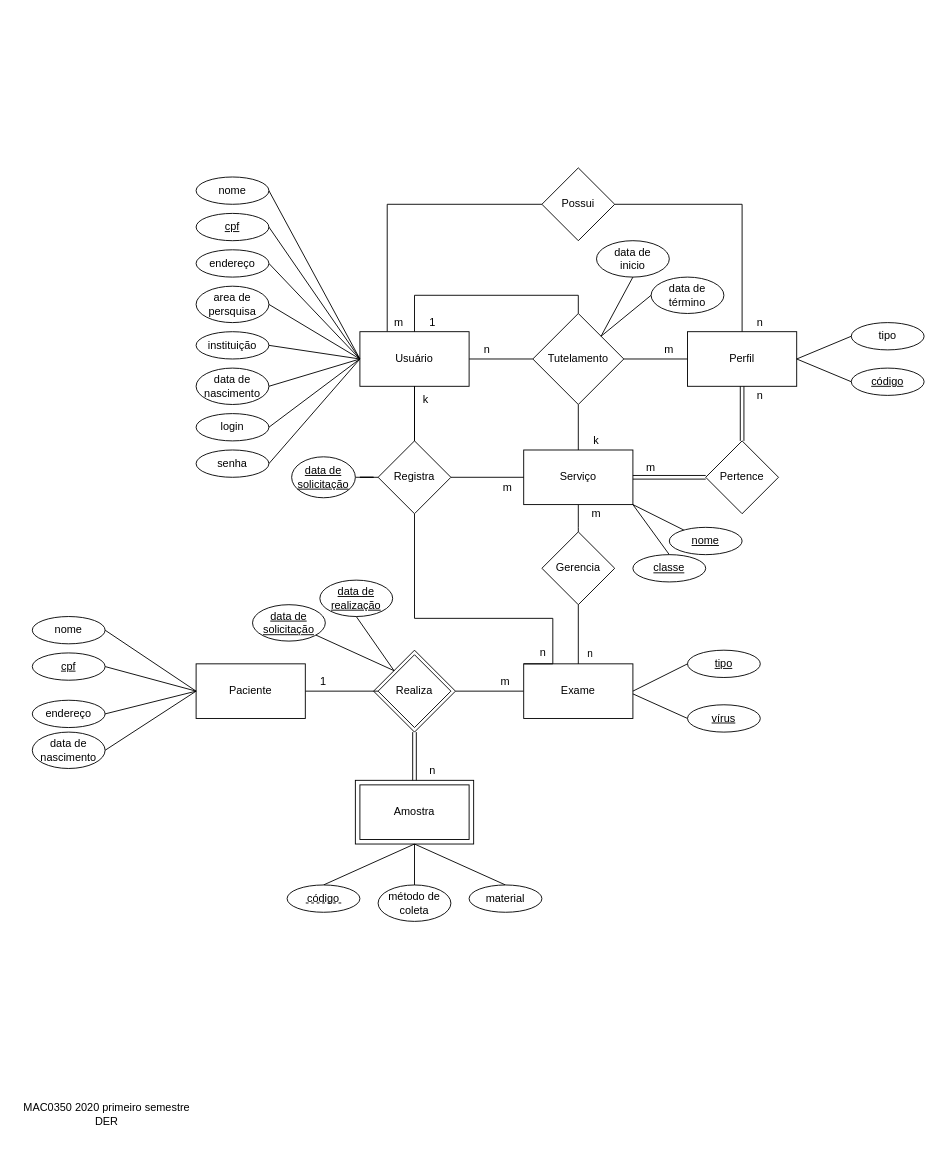
This is page "Conceitual" (1 of 2) of model/modelo.drawio from rodorgas/labjef, a draw.io file, before an edit. Source tidied: cells renumbered, new cells numbered last; positions are measured from the earlier drawing's top-left corner, leaving out a move shared by most shapes. Both pictures are drawn from the tidied source at 91%, with x=0, y=0 at pixel (15, 167).
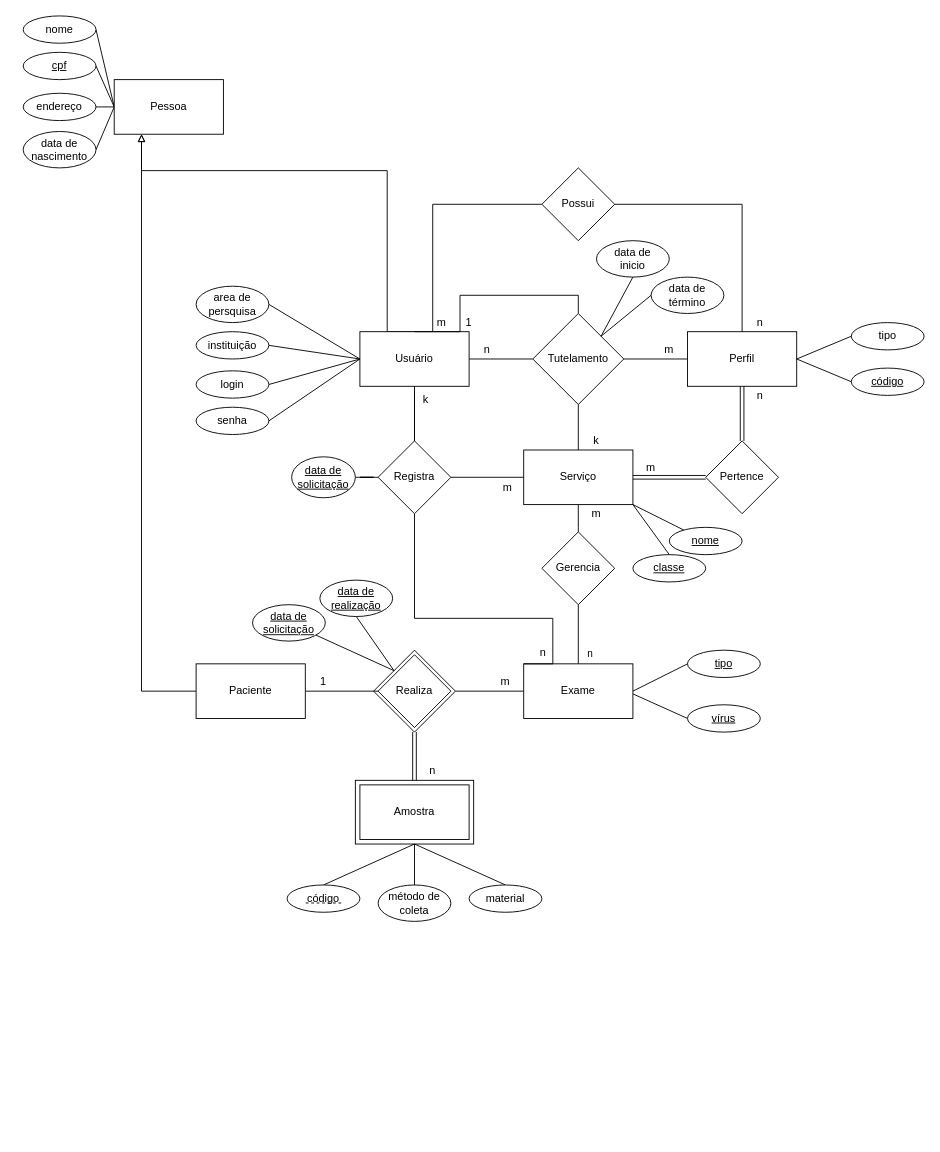
After the change.

Unchanged cells that the change refers to:
```xml
<mxCell id="8" value="Usuário" style="rounded=0;whiteSpace=wrap;html=1;" parent="1" vertex="1">
  <mxGeometry x="378" y="180" width="120" height="60" as="geometry" />
</mxCell>
<mxCell id="16" value="Tutelamento" style="rhombus;whiteSpace=wrap;html=1;" parent="1" vertex="1">
  <mxGeometry x="568" y="160" width="100" height="100" as="geometry" />
</mxCell>
<mxCell id="22" value="Possui" style="rhombus;whiteSpace=wrap;html=1;" parent="1" vertex="1">
  <mxGeometry x="578" width="80" height="80" as="geometry" />
</mxCell>
<mxCell id="29" value="Paciente" style="rounded=0;whiteSpace=wrap;html=1;" parent="1" vertex="1">
  <mxGeometry x="198" y="545" width="120" height="60" as="geometry" />
</mxCell>
```

The edit, as a diff of the source:
```diff
@@
     <mxCell id="7" style="edgeStyle=orthogonalEdgeStyle;rounded=0;jettySize=auto;html=1;exitX=0.25;exitY=0;exitDx=0;exitDy=0;entryX=0;entryY=0.5;entryDx=0;entryDy=0;endArrow=none;endFill=0;" parent="1" edge="1" source="8" target="22">
-      <mxGeometry relative="1" as="geometry" />
+      <mxGeometry relative="1" as="geometry">
+        <Array as="points">
+          <mxPoint x="458" y="180" />
+          <mxPoint x="458" y="40" />
+        </Array>
+      </mxGeometry>
     </mxCell>
+    <mxCell id="103" style="edgeStyle=orthogonalEdgeStyle;rounded=0;jettySize=auto;html=1;exitX=0.25;exitY=0;exitDx=0;exitDy=0;entryX=0.25;entryY=1;entryDx=0;entryDy=0;startArrow=none;startFill=0;endArrow=block;endFill=0;" parent="1" edge="1" source="8" target="113">
+      <mxGeometry relative="1" as="geometry">
+        <Array as="points">
+          <mxPoint x="408" y="3" />
+          <mxPoint x="138" y="3" />
+        </Array>
+      </mxGeometry>
+    </mxCell>
@@
     <mxCell id="14" style="edgeStyle=orthogonalEdgeStyle;rounded=0;jettySize=auto;html=1;exitX=0.5;exitY=0;exitDx=0;exitDy=0;entryX=0.5;entryY=0;entryDx=0;entryDy=0;endArrow=none;endFill=0;" parent="1" edge="1" source="16" target="8">
-      <mxGeometry relative="1" as="geometry" />
+      <mxGeometry relative="1" as="geometry">
+        <Array as="points">
+          <mxPoint x="618" y="140" />
+          <mxPoint x="488" y="140" />
+          <mxPoint x="488" y="180" />
+        </Array>
+      </mxGeometry>
     </mxCell>
@@
     <mxCell id="20" value="1" style="text;html=1;strokeColor=none;fillColor=none;align=center;verticalAlign=middle;whiteSpace=wrap;rounded=0;" parent="1" vertex="1">
-      <mxGeometry x="438" y="160" width="40" height="20" as="geometry" />
+      <mxGeometry x="478" y="160" width="40" height="20" as="geometry" />
     </mxCell>
@@
     <mxCell id="23" value="m" style="text;html=1;strokeColor=none;fillColor=none;align=center;verticalAlign=middle;whiteSpace=wrap;rounded=0;" parent="1" vertex="1">
-      <mxGeometry x="401" y="160" width="40" height="20" as="geometry" />
+      <mxGeometry x="448" y="160" width="40" height="20" as="geometry" />
     </mxCell>
@@
+    <mxCell id="104" style="edgeStyle=orthogonalEdgeStyle;rounded=0;jettySize=auto;html=1;exitX=0;exitY=0.5;exitDx=0;exitDy=0;entryX=0.25;entryY=1;entryDx=0;entryDy=0;startArrow=none;startFill=0;endArrow=block;endFill=0;" parent="1" edge="1" source="29" target="113">
+      <mxGeometry relative="1" as="geometry" />
+    </mxCell>
@@
-    <mxCell id="38" style="edgeStyle=none;rounded=0;jettySize=auto;html=1;exitX=1;exitY=0.5;exitDx=0;exitDy=0;entryX=0;entryY=0.5;entryDx=0;entryDy=0;endArrow=none;endFill=0;" parent="1" edge="1" source="39" target="8">
-      <mxGeometry relative="1" as="geometry" />
-    </mxCell>
-    <mxCell id="39" value="nome" style="ellipse;whiteSpace=wrap;html=1;" parent="1" vertex="1">
-      <mxGeometry x="198" y="10" width="80" height="30" as="geometry" />
-    </mxCell>
-    <mxCell id="40" style="rounded=0;jettySize=auto;html=1;entryX=0;entryY=0.5;entryDx=0;entryDy=0;endArrow=none;endFill=0;exitX=1;exitY=0.5;exitDx=0;exitDy=0;" parent="1" edge="1" source="41" target="8">
-      <mxGeometry relative="1" as="geometry" />
-    </mxCell>
-    <mxCell id="41" value="&lt;u&gt;cpf&lt;/u&gt;" style="ellipse;whiteSpace=wrap;html=1;" parent="1" vertex="1">
-      <mxGeometry x="198" y="50" width="80" height="30" as="geometry" />
-    </mxCell>
-    <mxCell id="42" style="edgeStyle=none;rounded=0;jettySize=auto;html=1;exitX=1;exitY=0.5;exitDx=0;exitDy=0;entryX=0;entryY=0.5;entryDx=0;entryDy=0;endArrow=none;endFill=0;" parent="1" edge="1" source="43" target="8">
-      <mxGeometry relative="1" as="geometry" />
-    </mxCell>
-    <mxCell id="43" value="endereço" style="ellipse;whiteSpace=wrap;html=1;" parent="1" vertex="1">
-      <mxGeometry x="198" y="90" width="80" height="30" as="geometry" />
-    </mxCell>
@@
-    <mxCell id="48" style="edgeStyle=none;rounded=0;jettySize=auto;html=1;exitX=1;exitY=0.5;exitDx=0;exitDy=0;endArrow=none;endFill=0;" parent="1" edge="1" source="49">
-      <mxGeometry relative="1" as="geometry">
-        <mxPoint x="378" y="210" as="targetPoint" />
-      </mxGeometry>
-    </mxCell>
-    <mxCell id="49" value="data de&lt;br&gt;nascimento" style="ellipse;whiteSpace=wrap;html=1;" parent="1" vertex="1">
-      <mxGeometry x="198" y="220" width="80" height="40" as="geometry" />
-    </mxCell>
@@
     <mxCell id="51" value="login" style="ellipse;whiteSpace=wrap;html=1;" parent="1" vertex="1">
-      <mxGeometry x="198" y="270" width="80" height="30" as="geometry" />
+      <mxGeometry x="198" y="223" width="80" height="30" as="geometry" />
     </mxCell>
@@
     <mxCell id="53" value="senha" style="ellipse;whiteSpace=wrap;html=1;" parent="1" vertex="1">
-      <mxGeometry x="198" y="310" width="80" height="30" as="geometry" />
+      <mxGeometry x="198" y="263" width="80" height="30" as="geometry" />
     </mxCell>
@@
-    <mxCell id="66" style="edgeStyle=none;rounded=0;jettySize=auto;html=1;exitX=1;exitY=0.5;exitDx=0;exitDy=0;entryX=0;entryY=0.5;entryDx=0;entryDy=0;endArrow=none;endFill=0;" parent="1" edge="1" source="67" target="29">
-      <mxGeometry relative="1" as="geometry" />
-    </mxCell>
-    <mxCell id="67" value="nome" style="ellipse;whiteSpace=wrap;html=1;" parent="1" vertex="1">
-      <mxGeometry x="18" y="493" width="80" height="30" as="geometry" />
-    </mxCell>
-    <mxCell id="68" style="edgeStyle=none;rounded=0;jettySize=auto;html=1;exitX=1;exitY=0.5;exitDx=0;exitDy=0;entryX=0;entryY=0.5;entryDx=0;entryDy=0;endArrow=none;endFill=0;" parent="1" edge="1" source="69" target="29">
-      <mxGeometry relative="1" as="geometry" />
-    </mxCell>
-    <mxCell id="69" value="&lt;u&gt;cpf&lt;/u&gt;" style="ellipse;whiteSpace=wrap;html=1;" parent="1" vertex="1">
-      <mxGeometry x="18" y="533" width="80" height="30" as="geometry" />
-    </mxCell>
-    <mxCell id="70" style="edgeStyle=none;rounded=0;jettySize=auto;html=1;exitX=1;exitY=0.5;exitDx=0;exitDy=0;entryX=0;entryY=0.5;entryDx=0;entryDy=0;endArrow=none;endFill=0;" parent="1" edge="1" source="71" target="29">
-      <mxGeometry relative="1" as="geometry" />
-    </mxCell>
-    <mxCell id="71" value="endereço" style="ellipse;whiteSpace=wrap;html=1;" parent="1" vertex="1">
-      <mxGeometry x="18" y="585" width="80" height="30" as="geometry" />
-    </mxCell>
-    <mxCell id="72" style="edgeStyle=none;rounded=0;jettySize=auto;html=1;exitX=1;exitY=0.5;exitDx=0;exitDy=0;entryX=0;entryY=0.5;entryDx=0;entryDy=0;endArrow=none;endFill=0;" parent="1" edge="1" source="73" target="29">
-      <mxGeometry relative="1" as="geometry" />
-    </mxCell>
-    <mxCell id="73" value="data de&lt;br&gt;nascimento" style="ellipse;whiteSpace=wrap;html=1;" parent="1" vertex="1">
-      <mxGeometry x="18" y="620" width="80" height="40" as="geometry" />
-    </mxCell>
@@
-    <mxCell id="90" value="&lt;div&gt;MAC0350 2020 primeiro semestre&lt;/div&gt;&lt;div&gt;DER&lt;br&gt;&lt;/div&gt;" style="text;html=1;strokeColor=none;fillColor=none;align=center;verticalAlign=middle;whiteSpace=wrap;rounded=0;" parent="1" vertex="1">
-      <mxGeometry y="1015" width="200" height="49" as="geometry" />
-    </mxCell>
@@
+    <mxCell id="105" style="edgeStyle=none;rounded=0;jettySize=auto;html=1;exitX=1;exitY=0.5;exitDx=0;exitDy=0;entryX=0;entryY=0.5;entryDx=0;entryDy=0;endArrow=none;endFill=0;" parent="1" edge="1" source="106" target="113">
+      <mxGeometry relative="1" as="geometry" />
+    </mxCell>
+    <mxCell id="106" value="nome" style="ellipse;whiteSpace=wrap;html=1;" parent="1" vertex="1">
+      <mxGeometry x="8" y="-167" width="80" height="30" as="geometry" />
+    </mxCell>
+    <mxCell id="107" style="edgeStyle=none;rounded=0;jettySize=auto;html=1;exitX=1;exitY=0.5;exitDx=0;exitDy=0;entryX=0;entryY=0.5;entryDx=0;entryDy=0;endArrow=none;endFill=0;" parent="1" edge="1" source="108" target="113">
+      <mxGeometry relative="1" as="geometry" />
+    </mxCell>
+    <mxCell id="108" value="&lt;u&gt;cpf&lt;/u&gt;" style="ellipse;whiteSpace=wrap;html=1;" parent="1" vertex="1">
+      <mxGeometry x="8" y="-127" width="80" height="30" as="geometry" />
+    </mxCell>
+    <mxCell id="109" style="edgeStyle=none;rounded=0;jettySize=auto;html=1;exitX=1;exitY=0.5;exitDx=0;exitDy=0;entryX=0;entryY=0.5;entryDx=0;entryDy=0;endArrow=none;endFill=0;" parent="1" edge="1" source="110" target="113">
+      <mxGeometry relative="1" as="geometry" />
+    </mxCell>
+    <mxCell id="110" value="endereço" style="ellipse;whiteSpace=wrap;html=1;" parent="1" vertex="1">
+      <mxGeometry x="8" y="-82" width="80" height="30" as="geometry" />
+    </mxCell>
+    <mxCell id="111" style="edgeStyle=none;rounded=0;jettySize=auto;html=1;exitX=1;exitY=0.5;exitDx=0;exitDy=0;entryX=0;entryY=0.5;entryDx=0;entryDy=0;endArrow=none;endFill=0;" parent="1" edge="1" source="112" target="113">
+      <mxGeometry relative="1" as="geometry" />
+    </mxCell>
+    <mxCell id="112" value="data de&lt;br&gt;nascimento" style="ellipse;whiteSpace=wrap;html=1;" parent="1" vertex="1">
+      <mxGeometry x="8" y="-40" width="80" height="40" as="geometry" />
+    </mxCell>
+    <mxCell id="113" value="Pessoa" style="rounded=0;whiteSpace=wrap;html=1;" parent="1" vertex="1">
+      <mxGeometry x="108" y="-97" width="120" height="60" as="geometry" />
+    </mxCell>
```
